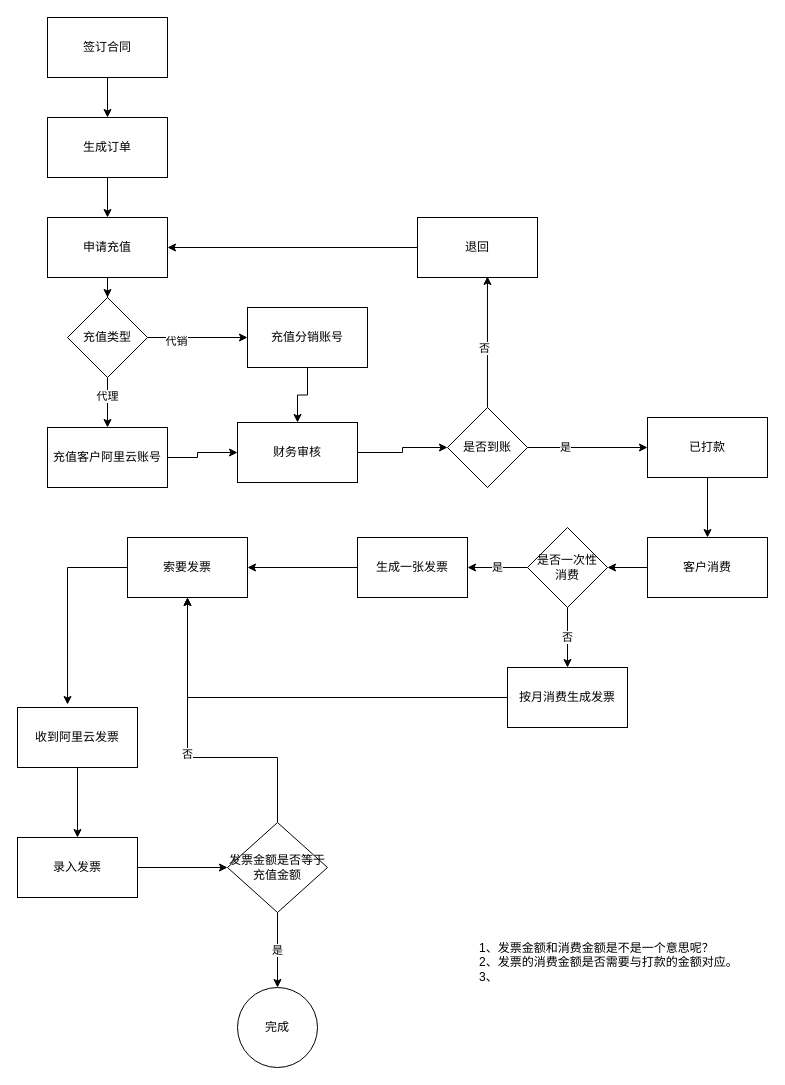
Earlier version of the draw.io diagram shrine-doc/阿里云账号充值流程.drawio (easefulfil/CLOUDCARE). Source tidied: cells renumbered, new cells numbered last; positions are measured from the earlier drawing's top-left corner, leaving out a move shared by most shapes. Both pictures are drawn from the tidied source at 100%, with x=0, y=0 at pixel (17, 17).
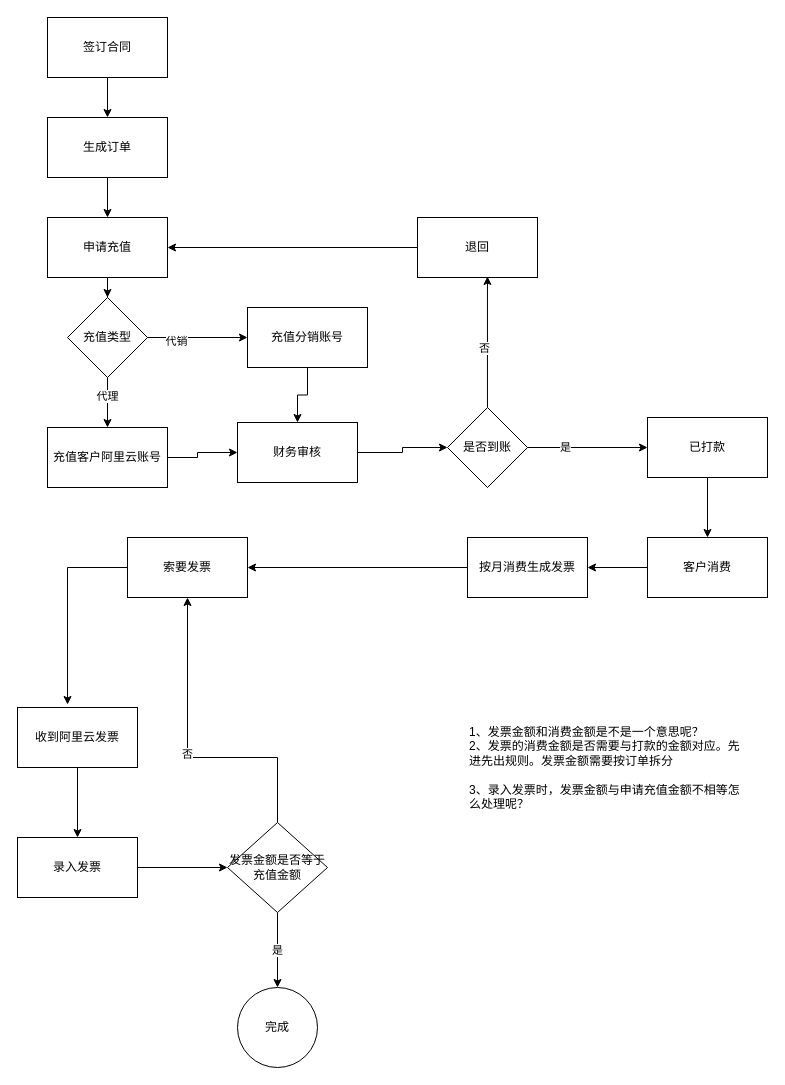
After the change.

Commit message:
Update 阿里云账号充值流程.drawio

The change refers to these unchanged cells:
```xml
<mxCell id="29" value="客户消费" style="rounded=0;whiteSpace=wrap;html=1;" parent="1" vertex="1">
  <mxGeometry x="630" y="520" width="120" height="60" as="geometry" />
</mxCell>
<mxCell id="38" value="索要发票" style="rounded=0;whiteSpace=wrap;html=1;" parent="1" vertex="1">
  <mxGeometry x="110" y="520" width="120" height="60" as="geometry" />
</mxCell>
```

Diff of the diagram source:
```diff
@@
-    <mxCell id="28" style="edgeStyle=orthogonalEdgeStyle;rounded=0;jettySize=auto;html=1;" parent="1" edge="1" source="29" target="32">
-      <mxGeometry relative="1" as="geometry" />
-    </mxCell>
+    <mxCell id="48" style="edgeStyle=orthogonalEdgeStyle;rounded=0;jettySize=auto;html=1;" parent="1" edge="1" source="29" target="36">
+      <mxGeometry relative="1" as="geometry" />
+    </mxCell>
@@
-    <mxCell id="30" value="是" style="edgeStyle=orthogonalEdgeStyle;rounded=0;jettySize=auto;html=1;" parent="1" edge="1" source="32" target="34">
-      <mxGeometry relative="1" as="geometry" />
-    </mxCell>
-    <mxCell id="31" value="否" style="edgeStyle=orthogonalEdgeStyle;rounded=0;jettySize=auto;html=1;" parent="1" edge="1" source="32" target="36">
-      <mxGeometry relative="1" as="geometry" />
-    </mxCell>
-    <mxCell id="32" value="是否一次性&lt;br&gt;消费" style="rhombus;whiteSpace=wrap;html=1;" parent="1" vertex="1">
-      <mxGeometry x="510" y="510" width="80" height="80" as="geometry" />
-    </mxCell>
-    <mxCell id="33" style="edgeStyle=orthogonalEdgeStyle;rounded=0;jettySize=auto;html=1;" parent="1" edge="1" source="34" target="38">
-      <mxGeometry relative="1" as="geometry" />
-    </mxCell>
-    <mxCell id="34" value="生成一张发票" style="rounded=0;whiteSpace=wrap;html=1;" parent="1" vertex="1">
-      <mxGeometry x="340" y="520" width="110" height="60" as="geometry" />
-    </mxCell>
-    <mxCell id="35" style="edgeStyle=orthogonalEdgeStyle;rounded=0;jettySize=auto;html=1;entryX=0.5;entryY=1;entryDx=0;entryDy=0;" parent="1" edge="1" source="36" target="38">
+    <mxCell id="35" style="edgeStyle=orthogonalEdgeStyle;rounded=0;jettySize=auto;html=1;entryX=1;entryY=0.5;entryDx=0;entryDy=0;" parent="1" edge="1" source="36" target="38">
       <mxGeometry relative="1" as="geometry" />
     </mxCell>
     <mxCell id="36" value="按月消费生成发票" style="rounded=0;whiteSpace=wrap;html=1;" parent="1" vertex="1">
-      <mxGeometry x="490" y="650" width="120" height="60" as="geometry" />
+      <mxGeometry x="450" y="520" width="120" height="60" as="geometry" />
     </mxCell>
@@
-    <mxCell id="43" value="1、发票金额和消费金额是不是一个意思呢？&lt;br&gt;2、发票的消费金额是否需要与打款的金额对应。&lt;br&gt;&lt;div&gt;&lt;span&gt;3、&lt;/span&gt;&lt;/div&gt;" style="text;html=1;strokeColor=none;fillColor=none;align=left;verticalAlign=middle;whiteSpace=wrap;rounded=0;" parent="1" vertex="1">
-      <mxGeometry x="460" y="890" width="280" height="110" as="geometry" />
-    </mxCell>
@@
+    <mxCell id="49" value="1、发票金额和消费金额是不是一个意思呢？&lt;br&gt;2、发票的消费金额是否需要与打款的金额对应。先进先出规则。发票金额需要按订单拆分&lt;br&gt;&lt;br&gt;&lt;div&gt;&lt;span&gt;3、录入发票时，发票金额与申请充值金额不相等怎么处理呢？&lt;/span&gt;&lt;/div&gt;&lt;div&gt;&lt;span&gt;&lt;br&gt;&lt;/span&gt;&lt;/div&gt;&lt;div&gt;&lt;br&gt;&lt;/div&gt;" style="text;html=1;strokeColor=none;fillColor=none;align=left;verticalAlign=middle;whiteSpace=wrap;rounded=0;" parent="1" vertex="1">
+      <mxGeometry x="450" y="710" width="280" height="110" as="geometry" />
+    </mxCell>
```
